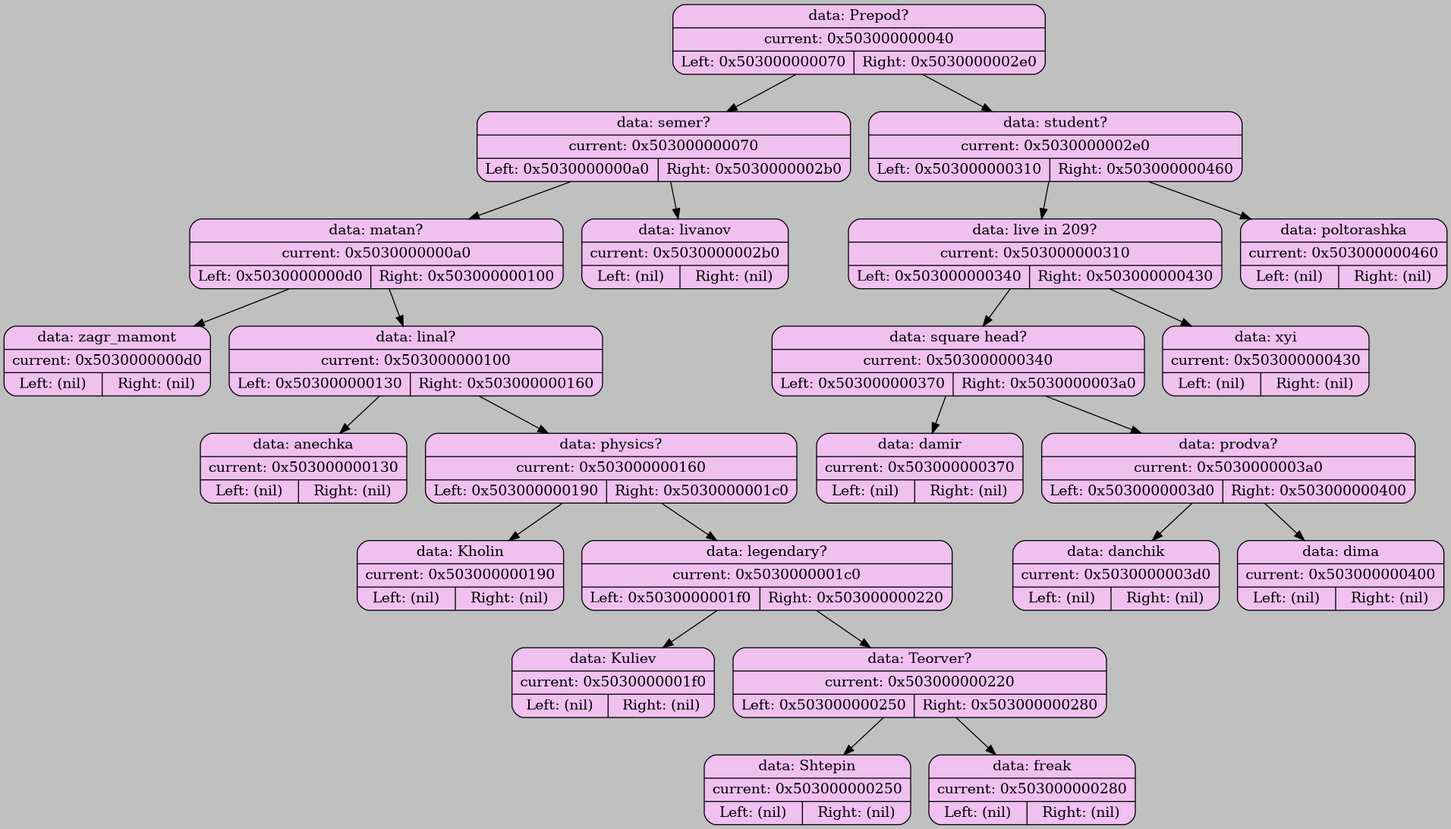
Atlaxsyys/akinator keeps this Graphviz diagram as graph_dump/graph_1.png. Above is the earlier version. Its source is kept beside it as graph_dump/graph_1.dot.
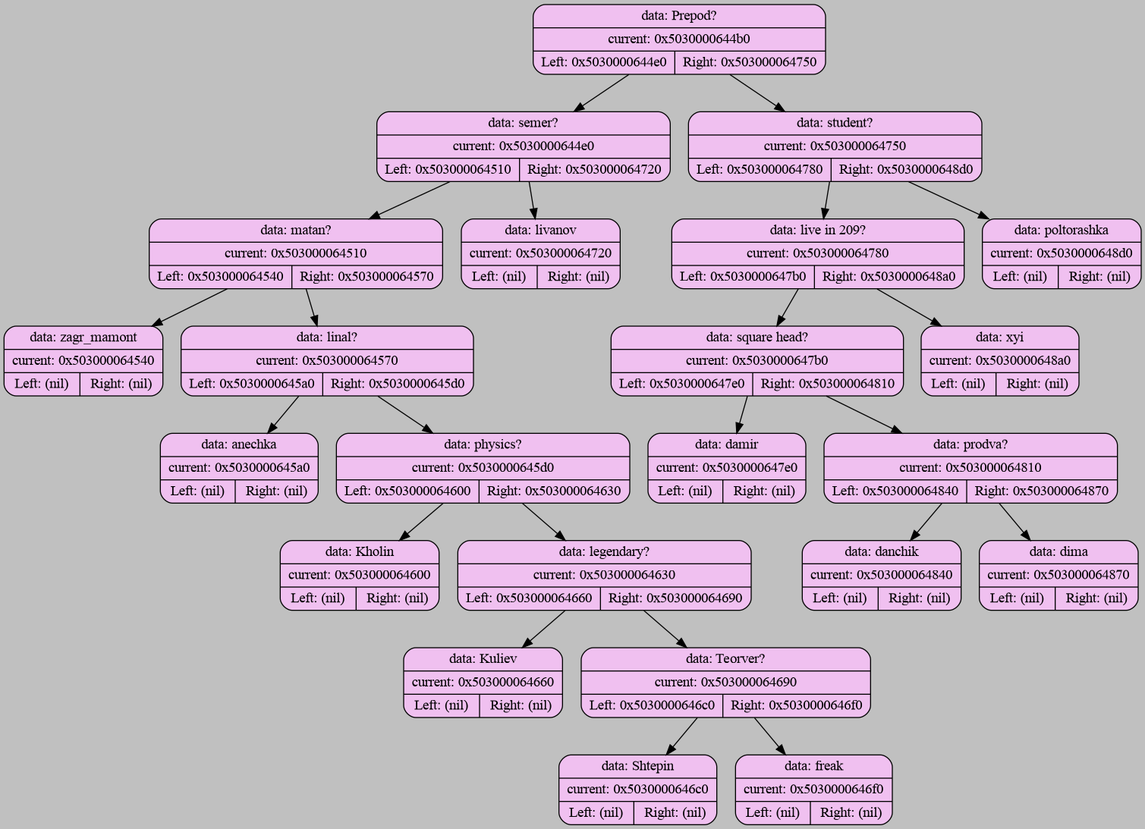
Above is the later version.

Diff of the diagram source:
```diff
@@ -2,49 +2,49 @@
     bgcolor="#C0C0C0";
 
     node [shape=record];
-    "0x503000000040" [shape=Mrecord, style=filled; fillcolor="#F0C0F0"; label="{data: Prepod? | current: 0x503000000040 | { Left: 0x503000000070 | Right: 0x5030000002e0 } }"];
-    "0x503000000040" -> "0x503000000070";
-    "0x503000000070" [shape=Mrecord, style=filled; fillcolor="#F0C0F0"; label="{data: semer? | current: 0x503000000070 | { Left: 0x5030000000a0 | Right: 0x5030000002b0 } }"];
-    "0x503000000070" -> "0x5030000000a0";
-    "0x5030000000a0" [shape=Mrecord, style=filled; fillcolor="#F0C0F0"; label="{data: matan? | current: 0x5030000000a0 | { Left: 0x5030000000d0 | Right: 0x503000000100 } }"];
-    "0x5030000000a0" -> "0x5030000000d0";
-    "0x5030000000d0" [shape=Mrecord, style=filled; fillcolor="#F0C0F0"; label="{data: zagr_mamont | current: 0x5030000000d0 | { Left: (nil) | Right: (nil) } }"];
-    "0x5030000000a0" -> "0x503000000100";
-    "0x503000000100" [shape=Mrecord, style=filled; fillcolor="#F0C0F0"; label="{data: linal? | current: 0x503000000100 | { Left: 0x503000000130 | Right: 0x503000000160 } }"];
-    "0x503000000100" -> "0x503000000130";
-    "0x503000000130" [shape=Mrecord, style=filled; fillcolor="#F0C0F0"; label="{data: anechka | current: 0x503000000130 | { Left: (nil) | Right: (nil) } }"];
-    "0x503000000100" -> "0x503000000160";
-    "0x503000000160" [shape=Mrecord, style=filled; fillcolor="#F0C0F0"; label="{data: physics? | current: 0x503000000160 | { Left: 0x503000000190 | Right: 0x5030000001c0 } }"];
-    "0x503000000160" -> "0x503000000190";
-    "0x503000000190" [shape=Mrecord, style=filled; fillcolor="#F0C0F0"; label="{data: Kholin | current: 0x503000000190 | { Left: (nil) | Right: (nil) } }"];
-    "0x503000000160" -> "0x5030000001c0";
-    "0x5030000001c0" [shape=Mrecord, style=filled; fillcolor="#F0C0F0"; label="{data: legendary? | current: 0x5030000001c0 | { Left: 0x5030000001f0 | Right: 0x503000000220 } }"];
-    "0x5030000001c0" -> "0x5030000001f0";
-    "0x5030000001f0" [shape=Mrecord, style=filled; fillcolor="#F0C0F0"; label="{data: Kuliev | current: 0x5030000001f0 | { Left: (nil) | Right: (nil) } }"];
-    "0x5030000001c0" -> "0x503000000220";
-    "0x503000000220" [shape=Mrecord, style=filled; fillcolor="#F0C0F0"; label="{data: Teorver? | current: 0x503000000220 | { Left: 0x503000000250 | Right: 0x503000000280 } }"];
-    "0x503000000220" -> "0x503000000250";
-    "0x503000000250" [shape=Mrecord, style=filled; fillcolor="#F0C0F0"; label="{data: Shtepin | current: 0x503000000250 | { Left: (nil) | Right: (nil) } }"];
-    "0x503000000220" -> "0x503000000280";
-    "0x503000000280" [shape=Mrecord, style=filled; fillcolor="#F0C0F0"; label="{data: freak | current: 0x503000000280 | { Left: (nil) | Right: (nil) } }"];
-    "0x503000000070" -> "0x5030000002b0";
-    "0x5030000002b0" [shape=Mrecord, style=filled; fillcolor="#F0C0F0"; label="{data: livanov | current: 0x5030000002b0 | { Left: (nil) | Right: (nil) } }"];
-    "0x503000000040" -> "0x5030000002e0";
-    "0x5030000002e0" [shape=Mrecord, style=filled; fillcolor="#F0C0F0"; label="{data: student? | current: 0x5030000002e0 | { Left: 0x503000000310 | Right: 0x503000000460 } }"];
-    "0x5030000002e0" -> "0x503000000310";
-    "0x503000000310" [shape=Mrecord, style=filled; fillcolor="#F0C0F0"; label="{data: live in 209? | current: 0x503000000310 | { Left: 0x503000000340 | Right: 0x503000000430 } }"];
-    "0x503000000310" -> "0x503000000340";
-    "0x503000000340" [shape=Mrecord, style=filled; fillcolor="#F0C0F0"; label="{data: square head? | current: 0x503000000340 | { Left: 0x503000000370 | Right: 0x5030000003a0 } }"];
-    "0x503000000340" -> "0x503000000370";
-    "0x503000000370" [shape=Mrecord, style=filled; fillcolor="#F0C0F0"; label="{data: damir | current: 0x503000000370 | { Left: (nil) | Right: (nil) } }"];
-    "0x503000000340" -> "0x5030000003a0";
-    "0x5030000003a0" [shape=Mrecord, style=filled; fillcolor="#F0C0F0"; label="{data: prodva? | current: 0x5030000003a0 | { Left: 0x5030000003d0 | Right: 0x503000000400 } }"];
-    "0x5030000003a0" -> "0x5030000003d0";
-    "0x5030000003d0" [shape=Mrecord, style=filled; fillcolor="#F0C0F0"; label="{data: danchik | current: 0x5030000003d0 | { Left: (nil) | Right: (nil) } }"];
-    "0x5030000003a0" -> "0x503000000400";
-    "0x503000000400" [shape=Mrecord, style=filled; fillcolor="#F0C0F0"; label="{data: dima | current: 0x503000000400 | { Left: (nil) | Right: (nil) } }"];
-    "0x503000000310" -> "0x503000000430";
-    "0x503000000430" [shape=Mrecord, style=filled; fillcolor="#F0C0F0"; label="{data: xyi | current: 0x503000000430 | { Left: (nil) | Right: (nil) } }"];
-    "0x5030000002e0" -> "0x503000000460";
-    "0x503000000460" [shape=Mrecord, style=filled; fillcolor="#F0C0F0"; label="{data: poltorashka | current: 0x503000000460 | { Left: (nil) | Right: (nil) } }"];
+    "0x5030000644b0" [shape=Mrecord, style=filled; fillcolor="#F0C0F0"; label="{data: Prepod? | current: 0x5030000644b0 | { Left: 0x5030000644e0 | Right: 0x503000064750 } }"];
+    "0x5030000644b0" -> "0x5030000644e0";
+    "0x5030000644e0" [shape=Mrecord, style=filled; fillcolor="#F0C0F0"; label="{data: semer? | current: 0x5030000644e0 | { Left: 0x503000064510 | Right: 0x503000064720 } }"];
+    "0x5030000644e0" -> "0x503000064510";
+    "0x503000064510" [shape=Mrecord, style=filled; fillcolor="#F0C0F0"; label="{data: matan? | current: 0x503000064510 | { Left: 0x503000064540 | Right: 0x503000064570 } }"];
+    "0x503000064510" -> "0x503000064540";
+    "0x503000064540" [shape=Mrecord, style=filled; fillcolor="#F0C0F0"; label="{data: zagr_mamont | current: 0x503000064540 | { Left: (nil) | Right: (nil) } }"];
+    "0x503000064510" -> "0x503000064570";
+    "0x503000064570" [shape=Mrecord, style=filled; fillcolor="#F0C0F0"; label="{data: linal? | current: 0x503000064570 | { Left: 0x5030000645a0 | Right: 0x5030000645d0 } }"];
+    "0x503000064570" -> "0x5030000645a0";
+    "0x5030000645a0" [shape=Mrecord, style=filled; fillcolor="#F0C0F0"; label="{data: anechka | current: 0x5030000645a0 | { Left: (nil) | Right: (nil) } }"];
+    "0x503000064570" -> "0x5030000645d0";
+    "0x5030000645d0" [shape=Mrecord, style=filled; fillcolor="#F0C0F0"; label="{data: physics? | current: 0x5030000645d0 | { Left: 0x503000064600 | Right: 0x503000064630 } }"];
+    "0x5030000645d0" -> "0x503000064600";
+    "0x503000064600" [shape=Mrecord, style=filled; fillcolor="#F0C0F0"; label="{data: Kholin | current: 0x503000064600 | { Left: (nil) | Right: (nil) } }"];
+    "0x5030000645d0" -> "0x503000064630";
+    "0x503000064630" [shape=Mrecord, style=filled; fillcolor="#F0C0F0"; label="{data: legendary? | current: 0x503000064630 | { Left: 0x503000064660 | Right: 0x503000064690 } }"];
+    "0x503000064630" -> "0x503000064660";
+    "0x503000064660" [shape=Mrecord, style=filled; fillcolor="#F0C0F0"; label="{data: Kuliev | current: 0x503000064660 | { Left: (nil) | Right: (nil) } }"];
+    "0x503000064630" -> "0x503000064690";
+    "0x503000064690" [shape=Mrecord, style=filled; fillcolor="#F0C0F0"; label="{data: Teorver? | current: 0x503000064690 | { Left: 0x5030000646c0 | Right: 0x5030000646f0 } }"];
+    "0x503000064690" -> "0x5030000646c0";
+    "0x5030000646c0" [shape=Mrecord, style=filled; fillcolor="#F0C0F0"; label="{data: Shtepin | current: 0x5030000646c0 | { Left: (nil) | Right: (nil) } }"];
+    "0x503000064690" -> "0x5030000646f0";
+    "0x5030000646f0" [shape=Mrecord, style=filled; fillcolor="#F0C0F0"; label="{data: freak | current: 0x5030000646f0 | { Left: (nil) | Right: (nil) } }"];
+    "0x5030000644e0" -> "0x503000064720";
+    "0x503000064720" [shape=Mrecord, style=filled; fillcolor="#F0C0F0"; label="{data: livanov | current: 0x503000064720 | { Left: (nil) | Right: (nil) } }"];
+    "0x5030000644b0" -> "0x503000064750";
+    "0x503000064750" [shape=Mrecord, style=filled; fillcolor="#F0C0F0"; label="{data: student? | current: 0x503000064750 | { Left: 0x503000064780 | Right: 0x5030000648d0 } }"];
+    "0x503000064750" -> "0x503000064780";
+    "0x503000064780" [shape=Mrecord, style=filled; fillcolor="#F0C0F0"; label="{data: live in 209? | current: 0x503000064780 | { Left: 0x5030000647b0 | Right: 0x5030000648a0 } }"];
+    "0x503000064780" -> "0x5030000647b0";
+    "0x5030000647b0" [shape=Mrecord, style=filled; fillcolor="#F0C0F0"; label="{data: square head? | current: 0x5030000647b0 | { Left: 0x5030000647e0 | Right: 0x503000064810 } }"];
+    "0x5030000647b0" -> "0x5030000647e0";
+    "0x5030000647e0" [shape=Mrecord, style=filled; fillcolor="#F0C0F0"; label="{data: damir | current: 0x5030000647e0 | { Left: (nil) | Right: (nil) } }"];
+    "0x5030000647b0" -> "0x503000064810";
+    "0x503000064810" [shape=Mrecord, style=filled; fillcolor="#F0C0F0"; label="{data: prodva? | current: 0x503000064810 | { Left: 0x503000064840 | Right: 0x503000064870 } }"];
+    "0x503000064810" -> "0x503000064840";
+    "0x503000064840" [shape=Mrecord, style=filled; fillcolor="#F0C0F0"; label="{data: danchik | current: 0x503000064840 | { Left: (nil) | Right: (nil) } }"];
+    "0x503000064810" -> "0x503000064870";
+    "0x503000064870" [shape=Mrecord, style=filled; fillcolor="#F0C0F0"; label="{data: dima | current: 0x503000064870 | { Left: (nil) | Right: (nil) } }"];
+    "0x503000064780" -> "0x5030000648a0";
+    "0x5030000648a0" [shape=Mrecord, style=filled; fillcolor="#F0C0F0"; label="{data: xyi | current: 0x5030000648a0 | { Left: (nil) | Right: (nil) } }"];
+    "0x503000064750" -> "0x5030000648d0";
+    "0x5030000648d0" [shape=Mrecord, style=filled; fillcolor="#F0C0F0"; label="{data: poltorashka | current: 0x5030000648d0 | { Left: (nil) | Right: (nil) } }"];
 }
```
